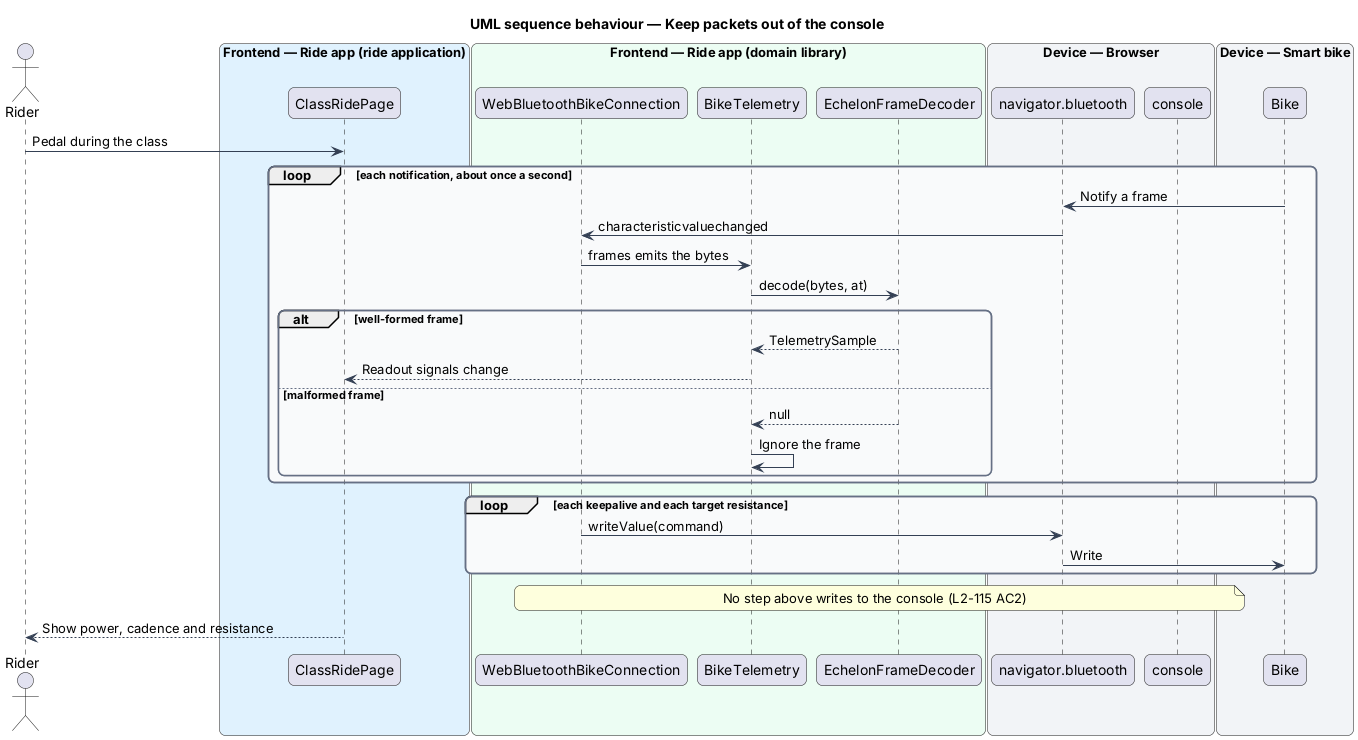
The PlantUML diagram docs/detailed-designs/security/log-to-the-console-only/diagrams/sequence-keep-packets-out-of-the-console.png in QuinntyneBrown/ride-one, before a commit.
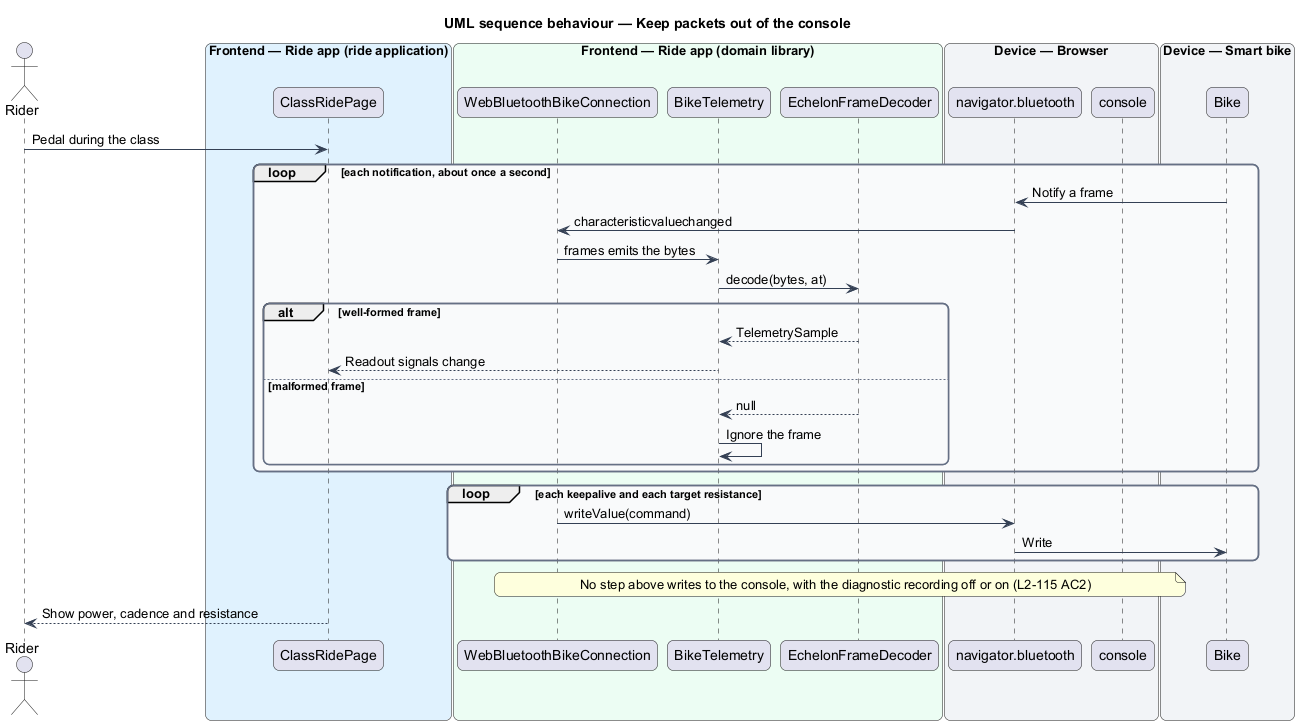
Above is the later version.

The edit, as a diff of the source:
```diff
@@ -48,6 +48,6 @@
   conn -> ble : writeValue(command)
   ble -> bike : Write
 end
-note over conn, console : No step above writes to the console (L2-115 AC2)
+note over conn, console : No step above writes to the console, with the diagnostic recording off or on (L2-115 AC2)
 page --> rider : Show power, cadence and resistance
 @enduml
```
